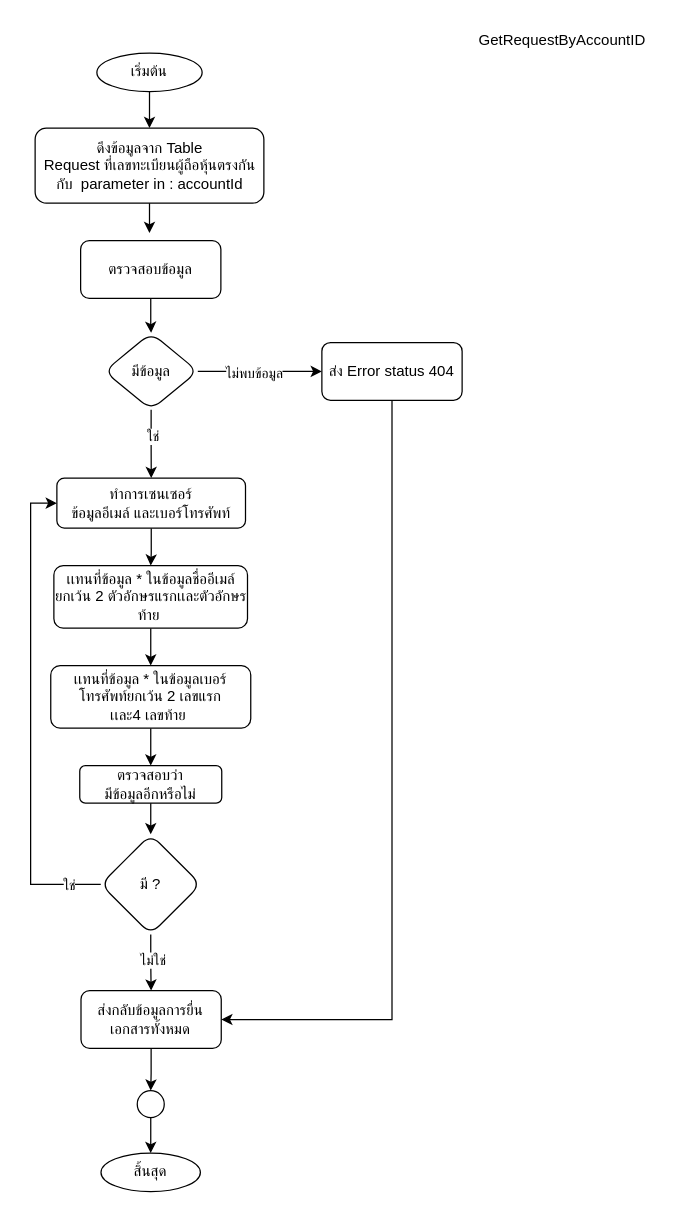
charifrodmanee/charifrodmanee keeps this draw.io diagram as getRequestByCitizen.drawio. Above is the earlier version. Source tidied: cells renumbered, new cells numbered last; positions are measured from the earlier drawing's top-left corner, leaving out a move shared by most shapes. Both pictures are drawn from the tidied source at 125%, with x=0, y=0 at pixel (30, 21).
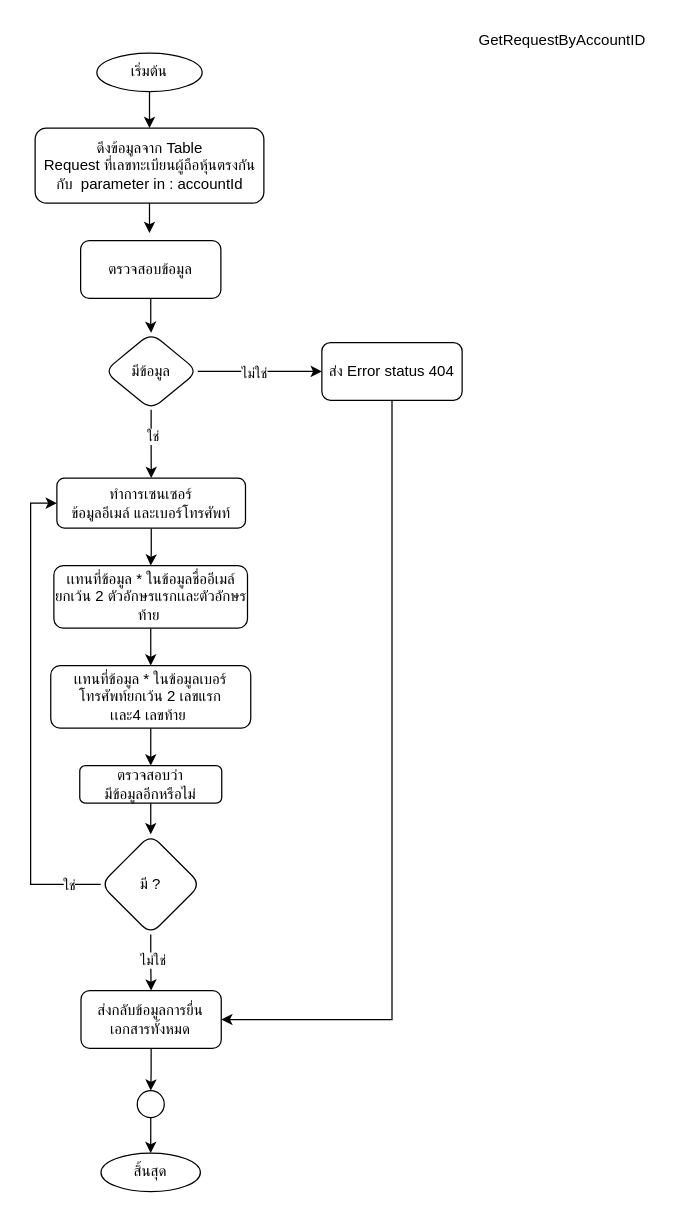
The same page after the edit.

The change refers to these unchanged cells:
```xml
<mxCell id="11" style="edgeStyle=orthogonalEdgeStyle;rounded=0;jettySize=auto;html=1;endArrow=classic;endFill=1;entryX=0;entryY=0.5;entryDx=0;entryDy=0;" parent="1" edge="1" source="9" target="10">
  <mxGeometry relative="1" as="geometry">
    <Array as="points">
      <mxPoint x="233" y="279.4" />
      <mxPoint x="243" y="280.4" />
    </Array>
  </mxGeometry>
</mxCell>
```

Diff of the diagram source:
```diff
@@
-    <mxCell id="12" value="ไม่พบข้อมูล" style="edgeLabel;html=1;align=center;verticalAlign=middle;" parent="11" vertex="1">
+    <mxCell id="12" value="ไม่ใช่" style="edgeLabel;html=1;align=center;verticalAlign=middle;" parent="11" vertex="1">
       <mxGeometry x="-0.1" y="-1" relative="1" as="geometry" />
     </mxCell>
```
